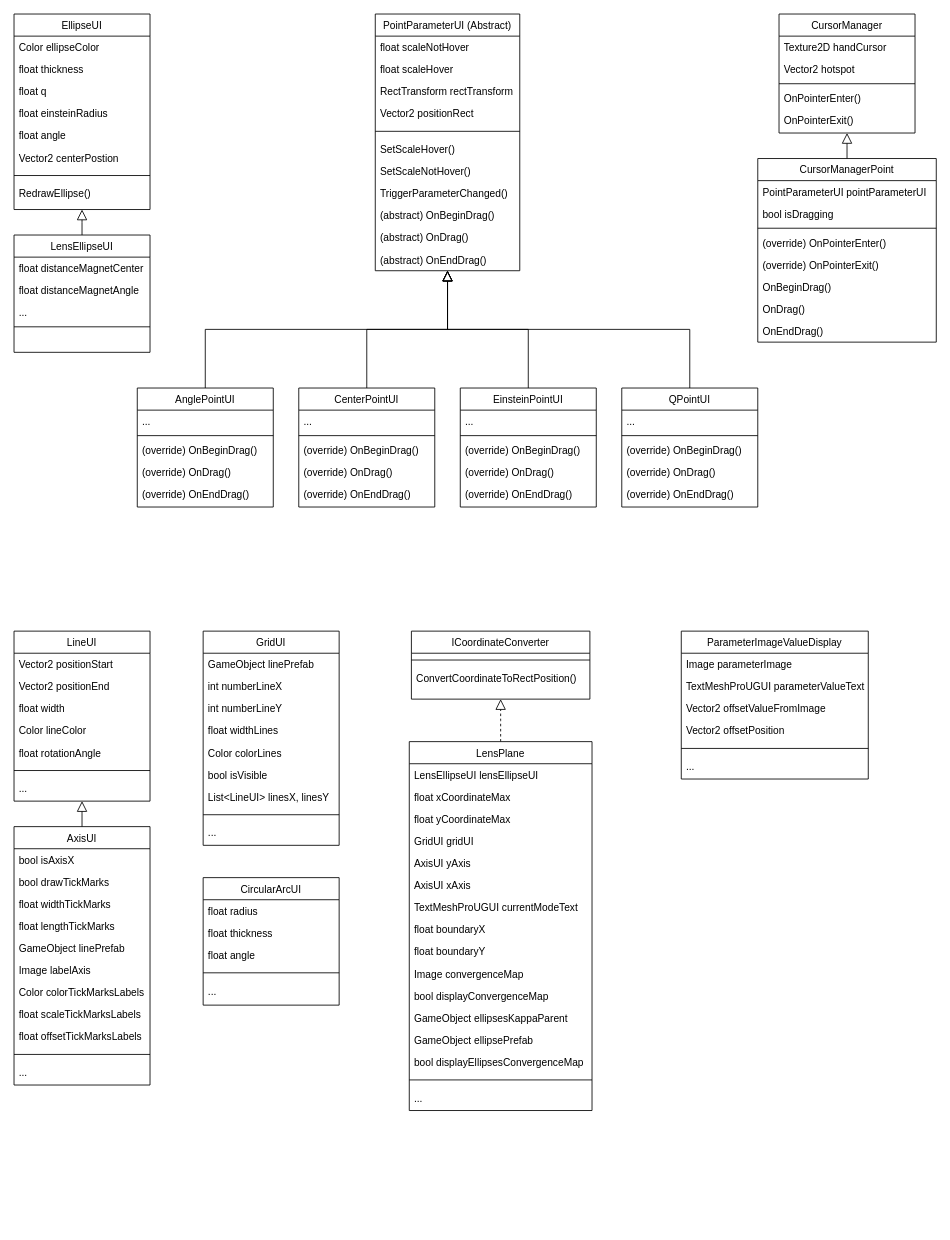
Before: IGLOO_Diagram.drawio in shoutizix/DiagramIGLOO, a draw.io diagram. Source tidied: cells renumbered, new cells numbered last; positions are measured from the earlier drawing's top-left corner, leaving out a move shared by most shapes. Both pictures are drawn from the tidied source at 85%, with x=0, y=0 at pixel (14, 14).
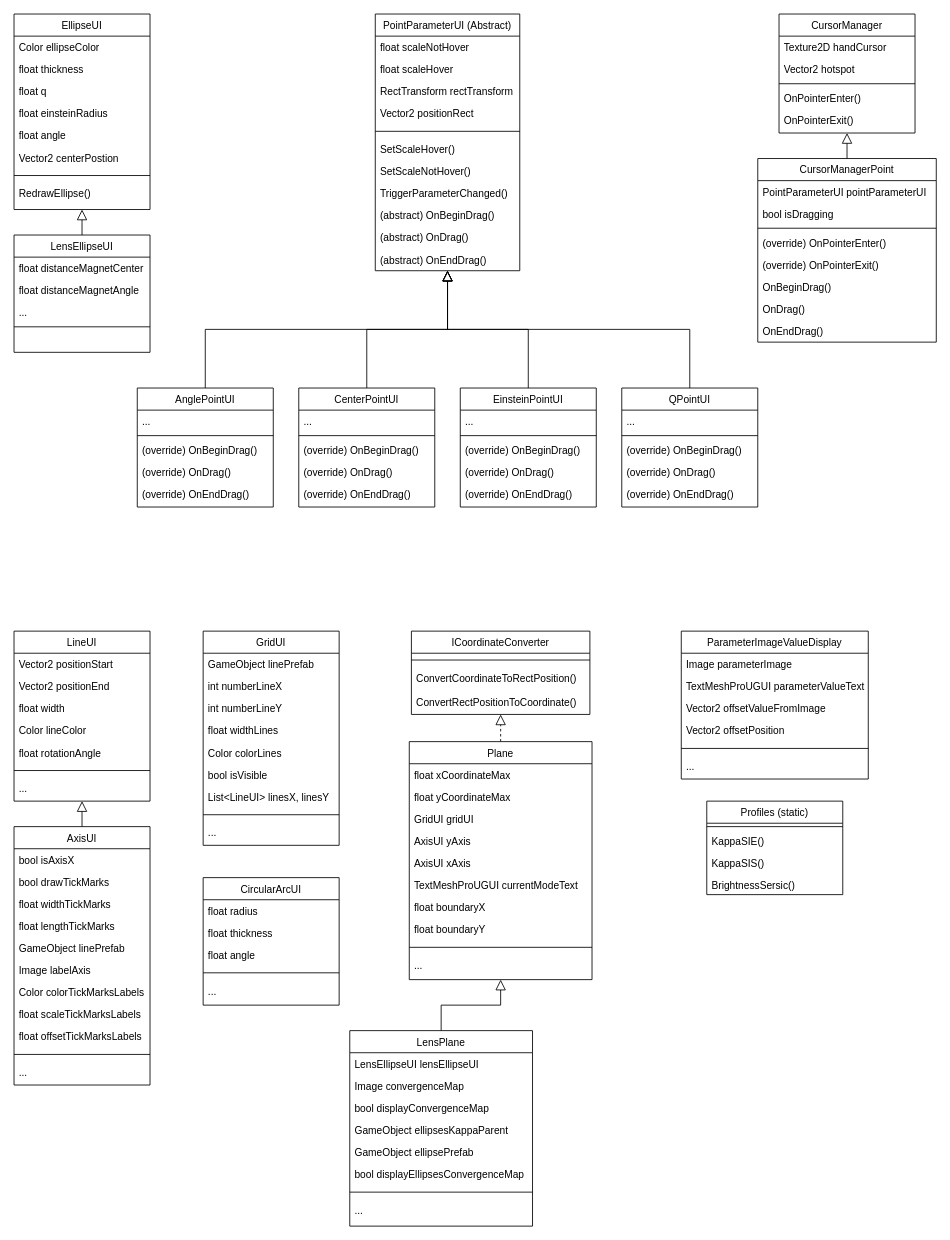
Above is the later version.

Commit message:
Updated ICoordinateConverter, Plane, LensPlane, Profiles

Diff of the diagram source:
```diff
@@
     <mxCell id="110" value="ICoordinateConverter" style="swimlane;fontStyle=0;align=center;verticalAlign=top;horizontal=1;startSize=26;rounded=0;shadow=0;strokeWidth=1;" parent="1" vertex="1">
-      <mxGeometry x="467.5" y="726" width="210" height="80" as="geometry" />
+      <mxGeometry x="467.5" y="726" width="210" height="98" as="geometry" />
     </mxCell>
@@
+    <mxCell id="138" value="ConvertRectPositionToCoordinate()" style="text;align=left;verticalAlign=top;spacingLeft=4;spacingRight=4;overflow=hidden;" parent="110" vertex="1">
+      <mxGeometry y="70" width="210" height="28" as="geometry" />
+    </mxCell>
@@
-    <mxCell id="121" value="LensPlane" style="swimlane;fontStyle=0;align=center;verticalAlign=top;horizontal=1;startSize=26;rounded=0;shadow=0;strokeWidth=1;" parent="1" vertex="1">
-      <mxGeometry x="465" y="856" width="215" height="434" as="geometry" />
+    <mxCell id="121" value="Plane" style="swimlane;fontStyle=0;align=center;verticalAlign=top;horizontal=1;startSize=26;rounded=0;shadow=0;strokeWidth=1;" parent="1" vertex="1">
+      <mxGeometry x="465" y="856" width="215" height="280" as="geometry" />
     </mxCell>
-    <mxCell id="122" value="LensEllipseUI lensEllipseUI" style="text;align=left;verticalAlign=top;spacingLeft=4;spacingRight=4;overflow=hidden;rounded=0;shadow=0;html=0;" parent="121" vertex="1">
-      <mxGeometry y="26" width="215" height="26" as="geometry" />
-    </mxCell>
     <mxCell id="123" value="float xCoordinateMax" style="text;align=left;verticalAlign=top;spacingLeft=4;spacingRight=4;overflow=hidden;rounded=0;shadow=0;html=0;" parent="121" vertex="1">
-      <mxGeometry y="52" width="215" height="26" as="geometry" />
+      <mxGeometry y="26" width="215" height="26" as="geometry" />
     </mxCell>
     <mxCell id="124" value="float yCoordinateMax" style="text;align=left;verticalAlign=top;spacingLeft=4;spacingRight=4;overflow=hidden;rounded=0;shadow=0;html=0;" parent="121" vertex="1">
-      <mxGeometry y="78" width="215" height="26" as="geometry" />
+      <mxGeometry y="52" width="215" height="26" as="geometry" />
     </mxCell>
     <mxCell id="125" value="GridUI gridUI" style="text;align=left;verticalAlign=top;spacingLeft=4;spacingRight=4;overflow=hidden;rounded=0;shadow=0;html=0;" parent="121" vertex="1">
-      <mxGeometry y="104" width="215" height="26" as="geometry" />
+      <mxGeometry y="78" width="215" height="26" as="geometry" />
     </mxCell>
     <mxCell id="126" value="AxisUI yAxis" style="text;align=left;verticalAlign=top;spacingLeft=4;spacingRight=4;overflow=hidden;" parent="121" vertex="1">
-      <mxGeometry y="130" width="215" height="26" as="geometry" />
+      <mxGeometry y="104" width="215" height="26" as="geometry" />
     </mxCell>
     <mxCell id="127" value="AxisUI xAxis" style="text;align=left;verticalAlign=top;spacingLeft=4;spacingRight=4;overflow=hidden;" parent="121" vertex="1">
-      <mxGeometry y="156" width="215" height="26" as="geometry" />
+      <mxGeometry y="130" width="215" height="26" as="geometry" />
     </mxCell>
     <mxCell id="128" value="TextMeshProUGUI currentModeText" style="text;align=left;verticalAlign=top;spacingLeft=4;spacingRight=4;overflow=hidden;" parent="121" vertex="1">
-      <mxGeometry y="182" width="215" height="26" as="geometry" />
+      <mxGeometry y="156" width="215" height="26" as="geometry" />
     </mxCell>
     <mxCell id="129" value="float boundaryX" style="text;align=left;verticalAlign=top;spacingLeft=4;spacingRight=4;overflow=hidden;rounded=0;shadow=0;html=0;" parent="121" vertex="1">
-      <mxGeometry y="208" width="215" height="26" as="geometry" />
+      <mxGeometry y="182" width="215" height="26" as="geometry" />
     </mxCell>
     <mxCell id="130" value="float boundaryY" style="text;align=left;verticalAlign=top;spacingLeft=4;spacingRight=4;overflow=hidden;rounded=0;shadow=0;html=0;" parent="121" vertex="1">
-      <mxGeometry y="234" width="215" height="26" as="geometry" />
+      <mxGeometry y="208" width="215" height="26" as="geometry" />
     </mxCell>
+    <mxCell id="136" style="line;html=1;strokeWidth=1;align=left;verticalAlign=middle;spacingTop=-1;spacingLeft=3;spacingRight=3;labelPosition=right;" parent="121" vertex="1">
+      <mxGeometry y="234" width="215" height="16" as="geometry" />
+    </mxCell>
+    <mxCell id="137" value="..." style="text;align=left;verticalAlign=top;spacingLeft=4;spacingRight=4;overflow=hidden;" parent="121" vertex="1">
+      <mxGeometry y="250" width="215" height="28" as="geometry" />
+    </mxCell>
+    <mxCell id="139" value="Profiles (static)" style="swimlane;fontStyle=0;align=center;verticalAlign=top;horizontal=1;startSize=26;rounded=0;shadow=0;strokeWidth=1;" parent="1" vertex="1">
+      <mxGeometry x="815" y="926" width="160" height="110" as="geometry" />
+    </mxCell>
+    <mxCell id="140" style="line;html=1;strokeWidth=1;align=left;verticalAlign=middle;spacingTop=-1;spacingLeft=3;spacingRight=3;labelPosition=right;" parent="139" vertex="1">
+      <mxGeometry y="26" width="160" height="8" as="geometry" />
+    </mxCell>
+    <mxCell id="141" value="KappaSIE()" style="text;align=left;verticalAlign=top;spacingLeft=4;spacingRight=4;overflow=hidden;" parent="139" vertex="1">
+      <mxGeometry y="34" width="160" height="26" as="geometry" />
+    </mxCell>
+    <mxCell id="142" value="KappaSIS()" style="text;align=left;verticalAlign=top;spacingLeft=4;spacingRight=4;overflow=hidden;" parent="139" vertex="1">
+      <mxGeometry y="60" width="160" height="26" as="geometry" />
+    </mxCell>
+    <mxCell id="143" value="BrightnessSersic()" style="text;align=left;verticalAlign=top;spacingLeft=4;spacingRight=4;overflow=hidden;" parent="139" vertex="1">
+      <mxGeometry y="86" width="160" height="24" as="geometry" />
+    </mxCell>
+    <mxCell id="144" value="LensPlane" style="swimlane;fontStyle=0;align=center;verticalAlign=top;horizontal=1;startSize=26;rounded=0;shadow=0;strokeWidth=1;" parent="1" vertex="1">
+      <mxGeometry x="395" y="1196" width="215" height="230" as="geometry" />
+    </mxCell>
+    <mxCell id="122" value="LensEllipseUI lensEllipseUI" style="text;align=left;verticalAlign=top;spacingLeft=4;spacingRight=4;overflow=hidden;rounded=0;shadow=0;html=0;" parent="144" vertex="1">
+      <mxGeometry y="26" width="215" height="26" as="geometry" />
+    </mxCell>
-    <mxCell id="131" value="Image convergenceMap" style="text;align=left;verticalAlign=top;spacingLeft=4;spacingRight=4;overflow=hidden;rounded=0;shadow=0;html=0;" parent="121" vertex="1">
-      <mxGeometry y="260" width="215" height="26" as="geometry" />
+    <mxCell id="131" value="Image convergenceMap" style="text;align=left;verticalAlign=top;spacingLeft=4;spacingRight=4;overflow=hidden;rounded=0;shadow=0;html=0;" parent="144" vertex="1">
+      <mxGeometry y="52" width="215" height="26" as="geometry" />
     </mxCell>
-    <mxCell id="132" value="bool displayConvergenceMap" style="text;align=left;verticalAlign=top;spacingLeft=4;spacingRight=4;overflow=hidden;rounded=0;shadow=0;html=0;" parent="121" vertex="1">
-      <mxGeometry y="286" width="215" height="26" as="geometry" />
+    <mxCell id="132" value="bool displayConvergenceMap" style="text;align=left;verticalAlign=top;spacingLeft=4;spacingRight=4;overflow=hidden;rounded=0;shadow=0;html=0;" parent="144" vertex="1">
+      <mxGeometry y="78" width="215" height="26" as="geometry" />
     </mxCell>
-    <mxCell id="133" value="GameObject ellipsesKappaParent" style="text;align=left;verticalAlign=top;spacingLeft=4;spacingRight=4;overflow=hidden;rounded=0;shadow=0;html=0;" parent="121" vertex="1">
-      <mxGeometry y="312" width="215" height="26" as="geometry" />
+    <mxCell id="133" value="GameObject ellipsesKappaParent" style="text;align=left;verticalAlign=top;spacingLeft=4;spacingRight=4;overflow=hidden;rounded=0;shadow=0;html=0;" parent="144" vertex="1">
+      <mxGeometry y="104" width="215" height="26" as="geometry" />
     </mxCell>
-    <mxCell id="134" value="GameObject ellipsePrefab" style="text;align=left;verticalAlign=top;spacingLeft=4;spacingRight=4;overflow=hidden;rounded=0;shadow=0;html=0;" parent="121" vertex="1">
-      <mxGeometry y="338" width="215" height="26" as="geometry" />
+    <mxCell id="134" value="GameObject ellipsePrefab" style="text;align=left;verticalAlign=top;spacingLeft=4;spacingRight=4;overflow=hidden;rounded=0;shadow=0;html=0;" parent="144" vertex="1">
+      <mxGeometry y="130" width="215" height="26" as="geometry" />
     </mxCell>
-    <mxCell id="135" value="bool displayEllipsesConvergenceMap" style="text;align=left;verticalAlign=top;spacingLeft=4;spacingRight=4;overflow=hidden;rounded=0;shadow=0;html=0;" parent="121" vertex="1">
-      <mxGeometry y="364" width="215" height="26" as="geometry" />
+    <mxCell id="135" value="bool displayEllipsesConvergenceMap" style="text;align=left;verticalAlign=top;spacingLeft=4;spacingRight=4;overflow=hidden;rounded=0;shadow=0;html=0;" parent="144" vertex="1">
+      <mxGeometry y="156" width="215" height="26" as="geometry" />
     </mxCell>
-    <mxCell id="136" style="line;html=1;strokeWidth=1;align=left;verticalAlign=middle;spacingTop=-1;spacingLeft=3;spacingRight=3;labelPosition=right;" parent="121" vertex="1">
-      <mxGeometry y="390" width="215" height="16" as="geometry" />
-    </mxCell>
-    <mxCell id="137" value="..." style="text;align=left;verticalAlign=top;spacingLeft=4;spacingRight=4;overflow=hidden;" parent="121" vertex="1">
-      <mxGeometry y="406" width="215" height="28" as="geometry" />
-    </mxCell>
+    <mxCell id="145" style="line;html=1;strokeWidth=1;align=left;verticalAlign=middle;spacingTop=-1;spacingLeft=3;spacingRight=3;labelPosition=right;" parent="144" vertex="1">
+      <mxGeometry y="182" width="215" height="16" as="geometry" />
+    </mxCell>
+    <mxCell id="146" value="..." style="text;align=left;verticalAlign=top;spacingLeft=4;spacingRight=4;overflow=hidden;" parent="144" vertex="1">
+      <mxGeometry y="198" width="215" height="28" as="geometry" />
+    </mxCell>
+    <mxCell id="147" style="edgeStyle=elbowEdgeStyle;rounded=0;jettySize=auto;html=1;endArrow=block;endFill=0;elbow=vertical;endSize=10;entryX=0.5;entryY=1;entryDx=0;entryDy=0;exitX=0.5;exitY=0;exitDx=0;exitDy=0;" parent="1" edge="1" source="144" target="121">
+      <mxGeometry relative="1" as="geometry" />
+    </mxCell>
```
